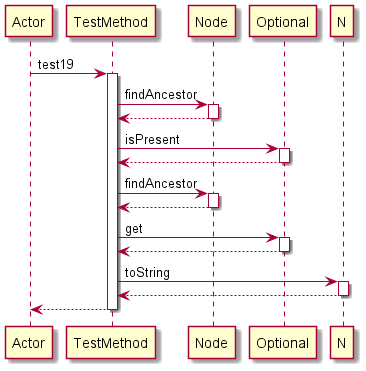
manucapo/Gardener keeps this PlantUML diagram as Diagrams/test19.png. Above is the earlier version.
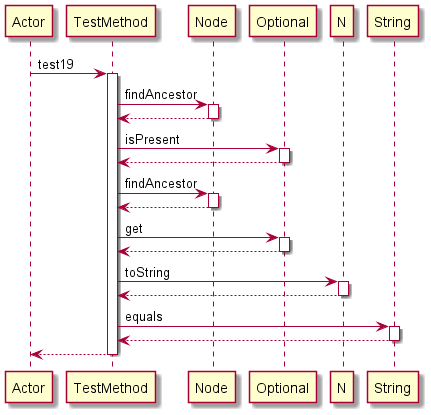
The same diagram one commit later.

Change to the diagram source:
```diff
@@ -22,5 +22,9 @@
 activate N
 N-->TestMethod
 deactivate N
+TestMethod -> String: equals
+activate String
+String-->TestMethod
+deactivate String
 return
 @enduml
```
